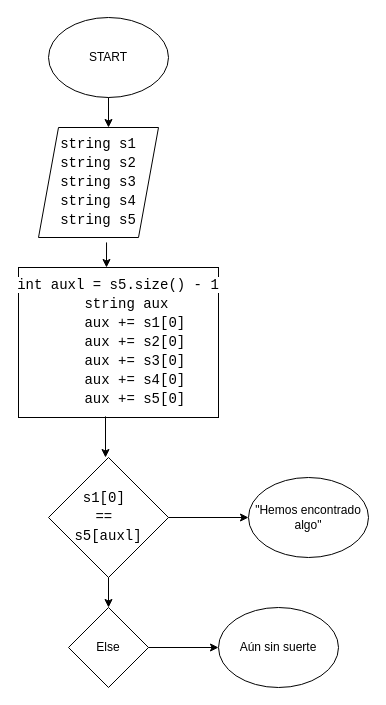
The draw.io diagram Práctico 1 Ejercicio 9.drawio in Kal222000/Diagramas-De-Flujo, before the edit. Source tidied: cells renumbered, new cells numbered last; positions are measured from the earlier drawing's top-left corner, leaving out a move shared by most shapes. Both pictures are drawn from the tidied source at 100%, with x=0, y=0 at pixel (18, 17).
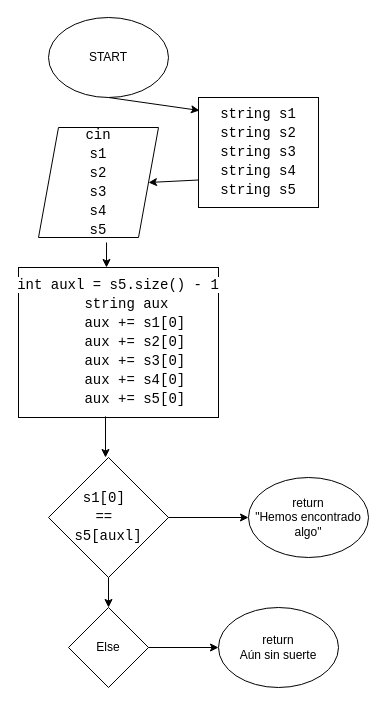
After the change.

The change refers to these unchanged cells:
```xml
<mxCell id="2" value="START" style="ellipse;whiteSpace=wrap;html=1;" parent="1" vertex="1">
  <mxGeometry x="30" width="120" height="80" as="geometry" />
</mxCell>
```

Change to the diagram source:
```diff
@@
-    <mxCell id="3" style="endArrow=classic;html=1;rounded=0;exitX=0.5;exitY=1;exitDx=0;exitDy=0;" parent="1" edge="1" source="2">
-      <mxGeometry relative="1" as="geometry">
-        <mxPoint x="90" y="110" as="targetPoint" />
-      </mxGeometry>
+    <mxCell id="3" style="endArrow=classic;html=1;rounded=0;exitX=0.5;exitY=1;exitDx=0;exitDy=0;entryX=0.008;entryY=0.118;entryDx=0;entryDy=0;entryPerimeter=0;" parent="1" edge="1" source="2" target="15">
+      <mxGeometry relative="1" as="geometry" />
     </mxCell>
-    <mxCell id="4" value="&lt;br&gt;&lt;div style=&quot;font-family: Consolas, &amp;quot;Courier New&amp;quot;, monospace; font-weight: normal; font-size: 14px; line-height: 19px; white-space: pre;&quot;&gt;&lt;div&gt;string s1&lt;/div&gt;&lt;div&gt;string s2&lt;/div&gt;&lt;div&gt;string s3&lt;/div&gt;&lt;div&gt;string s4&lt;/div&gt;&lt;div&gt;string s5&lt;/div&gt;&lt;/div&gt;&lt;div&gt;&lt;br&gt;&lt;/div&gt;" style="shape=parallelogram;perimeter=parallelogramPerimeter;whiteSpace=wrap;html=1;fixedSize=1;" parent="1" vertex="1">
+    <mxCell id="4" value="&lt;br&gt;&lt;div style=&quot;font-family: Consolas, &amp;quot;Courier New&amp;quot;, monospace; font-weight: normal; font-size: 14px; line-height: 19px; white-space: pre;&quot;&gt;&lt;div&gt;cin&lt;/div&gt;&lt;div&gt;s1&lt;/div&gt;&lt;div&gt;s2&lt;/div&gt;&lt;div&gt;s3&lt;/div&gt;&lt;div&gt;s4&lt;/div&gt;&lt;div&gt;s5&lt;/div&gt;&lt;/div&gt;&lt;div&gt;&lt;br&gt;&lt;/div&gt;" style="shape=parallelogram;perimeter=parallelogramPerimeter;whiteSpace=wrap;html=1;fixedSize=1;" parent="1" vertex="1">
       <mxGeometry x="20" y="110" width="120" height="110" as="geometry" />
     </mxCell>
@@
-    <mxCell id="10" value="&quot;Hemos encontrado algo&quot;" style="ellipse;whiteSpace=wrap;html=1;" parent="1" vertex="1">
+    <mxCell id="10" value="return&lt;div&gt;&quot;Hemos encontrado algo&quot;&lt;/div&gt;" style="ellipse;whiteSpace=wrap;html=1;" parent="1" vertex="1">
       <mxGeometry x="230" y="460" width="120" height="80" as="geometry" />
     </mxCell>
@@
-    <mxCell id="14" value="Aún sin suerte" style="ellipse;whiteSpace=wrap;html=1;" parent="1" vertex="1">
+    <mxCell id="14" value="return&lt;div&gt;Aún sin suerte&lt;/div&gt;" style="ellipse;whiteSpace=wrap;html=1;" parent="1" vertex="1">
       <mxGeometry x="200" y="590" width="120" height="80" as="geometry" />
     </mxCell>
+    <mxCell id="15" value="&lt;div&gt;&lt;br&gt;&lt;/div&gt;&lt;div&gt;&lt;div style=&quot;font-family: Consolas, &amp;quot;Courier New&amp;quot;, monospace; font-size: 14px; line-height: 19px; white-space: pre;&quot;&gt;&lt;div&gt;string s1&lt;/div&gt;&lt;div&gt;string s2&lt;/div&gt;&lt;div&gt;string s3&lt;/div&gt;&lt;div&gt;string s4&lt;/div&gt;&lt;div&gt;string s5&lt;/div&gt;&lt;/div&gt;&lt;div&gt;&lt;br&gt;&lt;/div&gt;&lt;/div&gt;" style="rounded=0;whiteSpace=wrap;html=1;" parent="1" vertex="1">
+      <mxGeometry x="180" y="80" width="120" height="110" as="geometry" />
+    </mxCell>
+    <mxCell id="16" style="endArrow=classic;html=1;rounded=0;exitX=0;exitY=0.75;exitDx=0;exitDy=0;entryX=1;entryY=0.5;entryDx=0;entryDy=0;" parent="1" edge="1" source="15" target="4">
+      <mxGeometry relative="1" as="geometry" />
+    </mxCell>
```
